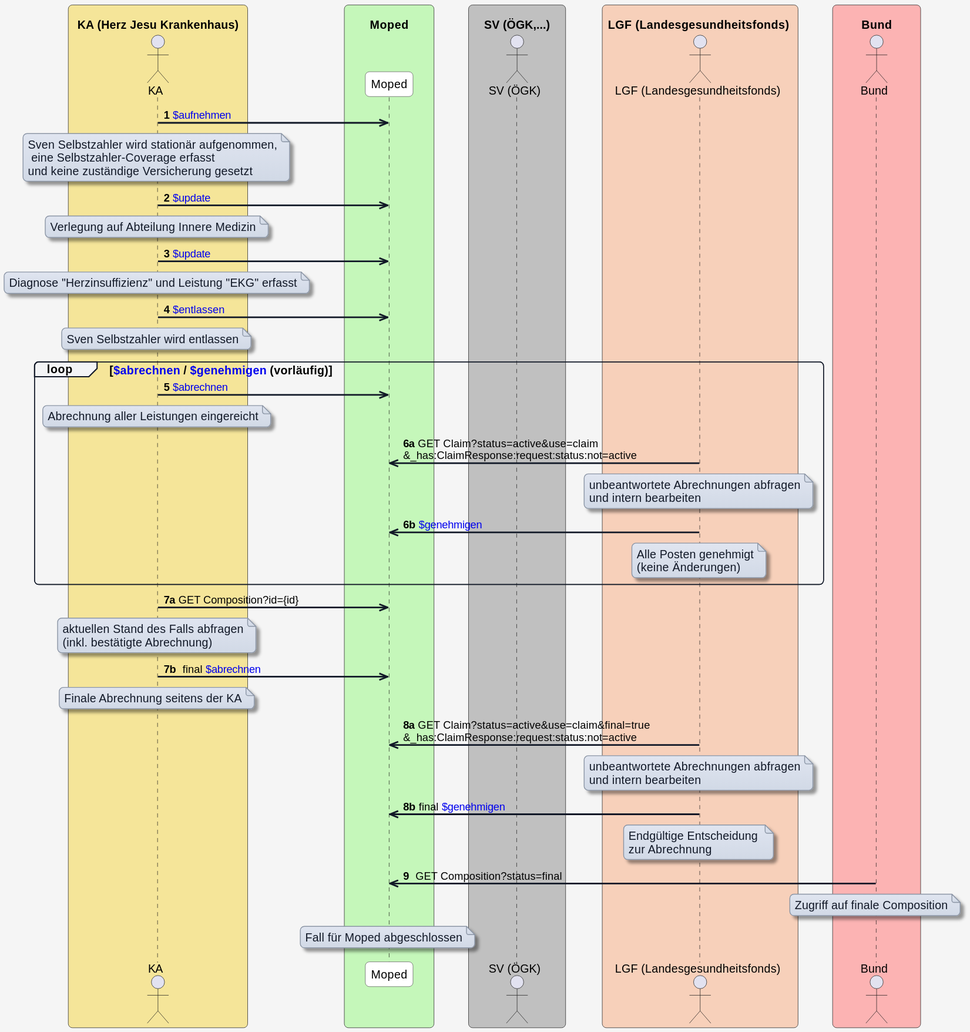
Above: input/images/plantuml/moped-fall-standardablauf/standardablauf-selbstzahler.svg in HL7Austria/ELGA-MOPED-R5 (PlantUML), before the change.
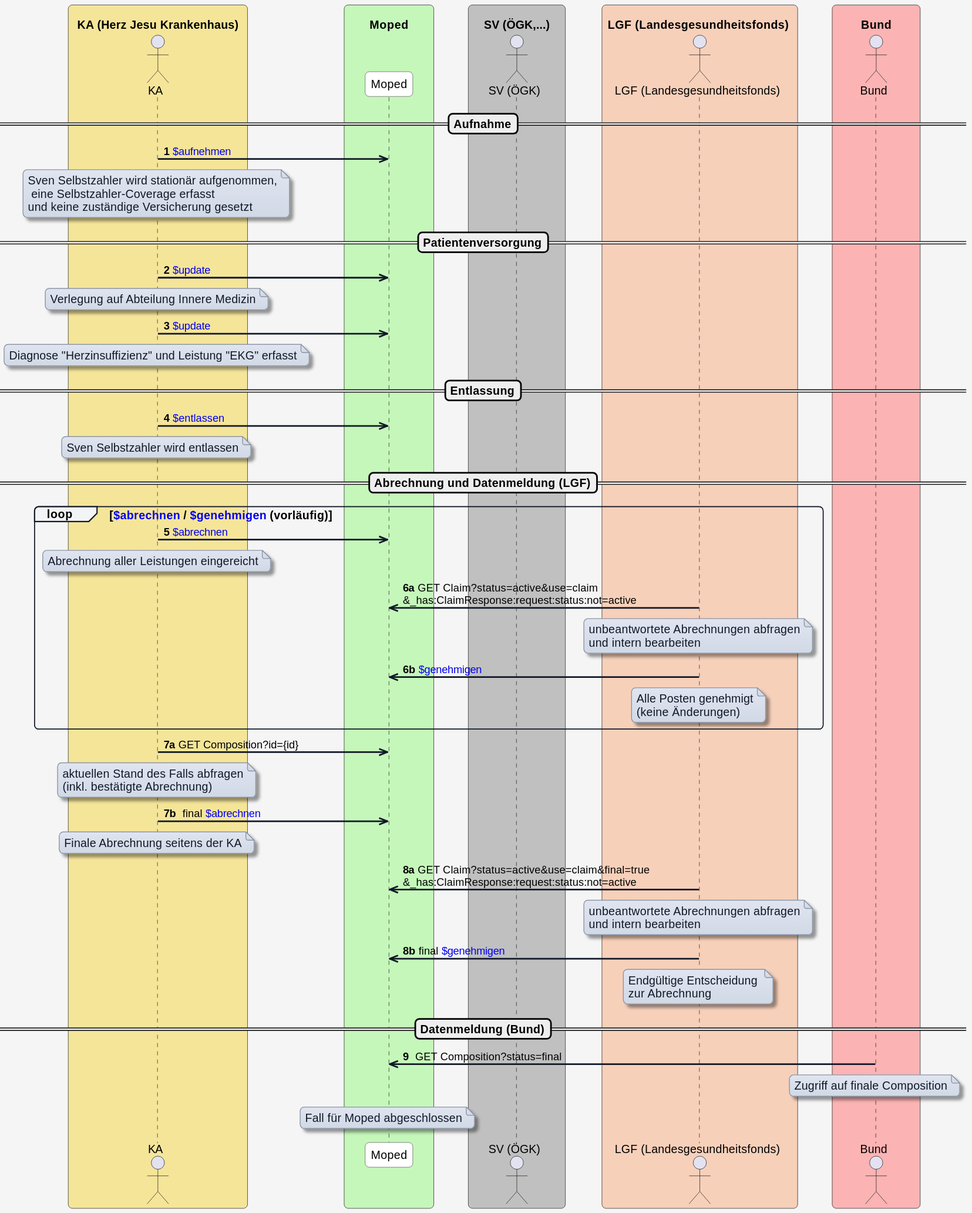
Later version of the same file.

Commit message:
Separators in Standardablauf Plantuml diagramme einfügen

Diff of the diagram source:
```diff
@@ -58,19 +58,22 @@
   actor Bund as "Bund"
 end box
 
+==Aufnahme==
 KA->> MP:<b>1</b> [[OperationDefinition-MOPED.Patient.Aufnehmen.html $aufnehmen]]
 note over KA: Sven Selbstzahler wird stationär aufgenommen,\n eine Selbstzahler-Coverage erfasst \nund keine zuständige Versicherung gesetzt
 
+==Patientenversorgung==
 KA->>MP:<b>2</b> [[OperationDefinition-MOPED.Daten.Update.html $update]]
 Note over KA: Verlegung auf Abteilung Innere Medizin
 
 KA->>MP:<b>3</b> [[OperationDefinition-MOPED.Daten.Update.html $update]]
 Note over KA: Diagnose "Herzinsuffizienz" und Leistung "EKG" erfasst
 
+==Entlassung==
 KA->>MP:<b>4</b> [[OperationDefinition-MOPED.Patient.Entlassen.html $entlassen]]
 note over KA: Sven Selbstzahler wird entlassen
 
-
+==Abrechnung und Datenmeldung (LGF)==
 loop [[OperationDefinition-MOPED.Encounter.Abrechnen.html $abrechnen]] / [[OperationDefinition-MOPED.Abrechnung.Genehmigen.html $genehmigen]] (vorläufig)
     KA->>MP:<b>5</b> [[OperationDefinition-MOPED.Encounter.Abrechnen.html $abrechnen]]
     Note over KA: Abrechnung aller Leistungen eingereicht
@@ -87,6 +90,8 @@
 Note over LGF: unbeantwortete Abrechnungen abfragen\nund intern bearbeiten
 LGF->>MP:<b>8b</b> final [[OperationDefinition-MOPED.Abrechnung.Genehmigen.html $genehmigen]]
 Note over LGF: Endgültige Entscheidung \nzur Abrechnung
+
+==Datenmeldung (Bund)==
 Bund->>MP:<b>9</b>  GET Composition?status=final
 Note over Bund: Zugriff auf finale Composition
 
```
